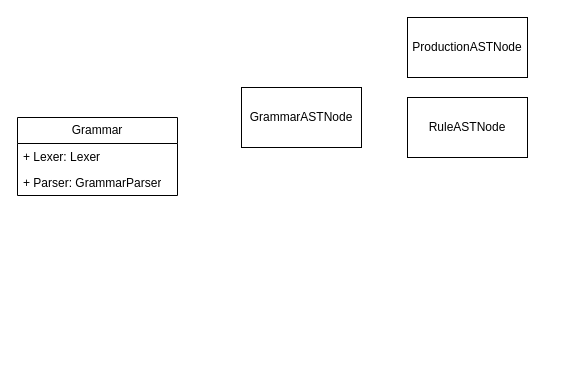
The draw.io diagram Diagrams/Architecture.drawio in lycilph/AwesomeCompiler, before the edit. Source tidied: cells renumbered, new cells numbered last; positions are measured from the earlier drawing's top-left corner, leaving out a move shared by most shapes. Both pictures are drawn from the tidied source at 100%, with x=0, y=0 at pixel (17, 17).
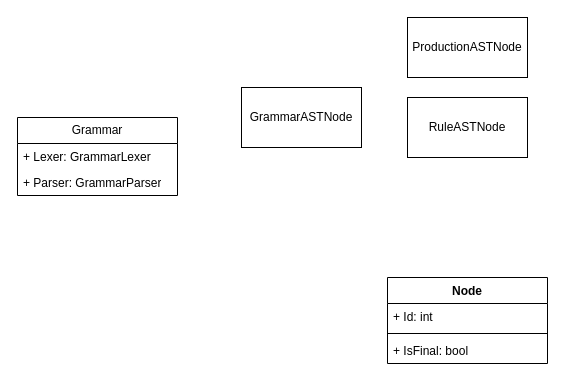
The same page after the edit.

What changed in the source:
```diff
@@
 <mxGraphModel>
   <root>
     <mxCell id="0" />
     <mxCell id="1" parent="0" />
     <mxCell id="2" value="Grammar" style="swimlane;fontStyle=0;horizontal=1;startSize=26;fillColor=none;whiteSpace=wrap;html=1;" parent="1" vertex="1">
       <mxGeometry y="100" width="160" height="78" as="geometry" />
     </mxCell>
-    <mxCell id="3" value="+ Lexer: Lexer&lt;div&gt;&lt;br&gt;&lt;/div&gt;" style="text;strokeColor=none;fillColor=none;align=left;verticalAlign=top;spacingLeft=4;spacingRight=4;overflow=hidden;whiteSpace=wrap;html=1;" parent="2" vertex="1">
+    <mxCell id="3" value="+ Lexer: GrammarLexer&lt;div&gt;&lt;br&gt;&lt;/div&gt;" style="text;strokeColor=none;fillColor=none;align=left;verticalAlign=top;spacingLeft=4;spacingRight=4;overflow=hidden;whiteSpace=wrap;html=1;" parent="2" vertex="1">
       <mxGeometry y="26" width="160" height="26" as="geometry" />
     </mxCell>
     <mxCell id="4" value="+ Parser: Grammar&lt;span style=&quot;background-color: initial;&quot;&gt;Parser&lt;/span&gt;" style="text;strokeColor=none;fillColor=none;align=left;verticalAlign=top;spacingLeft=4;spacingRight=4;overflow=hidden;whiteSpace=wrap;html=1;" parent="2" vertex="1">
       <mxGeometry y="52" width="160" height="26" as="geometry" />
     </mxCell>
     <mxCell id="5" value="GrammarASTNode" style="rounded=0;whiteSpace=wrap;html=1;" parent="1" vertex="1">
       <mxGeometry x="224" y="70" width="120" height="60" as="geometry" />
     </mxCell>
     <mxCell id="6" value="ProductionASTNode" style="rounded=0;whiteSpace=wrap;html=1;" parent="1" vertex="1">
       <mxGeometry x="390" width="120" height="60" as="geometry" />
     </mxCell>
     <mxCell id="7" value="RuleASTNode" style="rounded=0;whiteSpace=wrap;html=1;" parent="1" vertex="1">
       <mxGeometry x="390" y="80" width="120" height="60" as="geometry" />
     </mxCell>
+    <mxCell id="8" value="Node" style="swimlane;fontStyle=1;align=center;verticalAlign=top;horizontal=1;startSize=26;whiteSpace=wrap;html=1;" parent="1" vertex="1">
+      <mxGeometry x="370" y="260" width="160" height="86" as="geometry" />
+    </mxCell>
+    <mxCell id="9" value="+ Id: int" style="text;strokeColor=none;fillColor=none;align=left;verticalAlign=top;spacingLeft=4;spacingRight=4;overflow=hidden;whiteSpace=wrap;html=1;" parent="8" vertex="1">
+      <mxGeometry y="26" width="160" height="26" as="geometry" />
+    </mxCell>
+    <mxCell id="10" style="line;strokeWidth=1;fillColor=none;align=left;verticalAlign=middle;spacingTop=-1;spacingLeft=3;spacingRight=3;labelPosition=right;strokeColor=inherit;" parent="8" vertex="1">
+      <mxGeometry y="52" width="160" height="8" as="geometry" />
+    </mxCell>
+    <mxCell id="11" value="+ IsFinal: bool" style="text;strokeColor=none;fillColor=none;align=left;verticalAlign=top;spacingLeft=4;spacingRight=4;overflow=hidden;whiteSpace=wrap;html=1;" parent="8" vertex="1">
+      <mxGeometry y="60" width="160" height="26" as="geometry" />
+    </mxCell>
   </root>
 </mxGraphModel>
```
